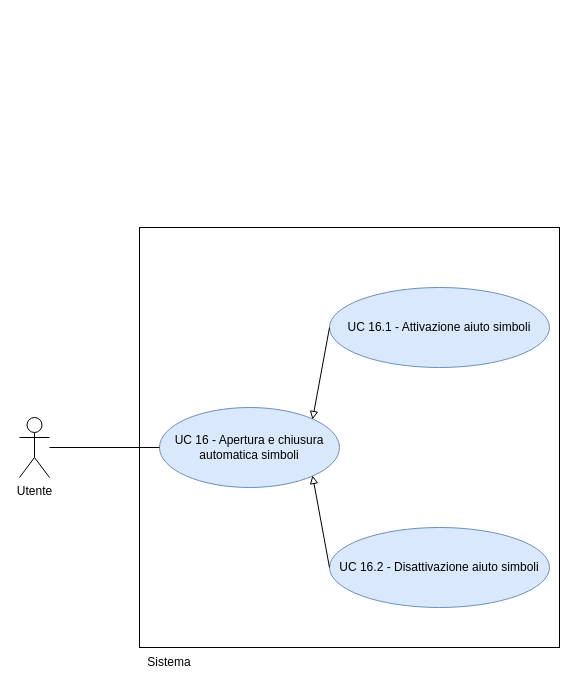
Earlier version of the draw.io diagram RTB/doc_esterna/analisi-dei-requisiti/assets/draw.io/UC16.drawio (thebitless-group-swe/thebitless.github.io). Source tidied: cells renumbered, new cells numbered last; positions are measured from the earlier drawing's top-left corner, leaving out a move shared by most shapes. Both pictures are drawn from the tidied source at 100%, with x=0, y=0 at pixel (19, 227).
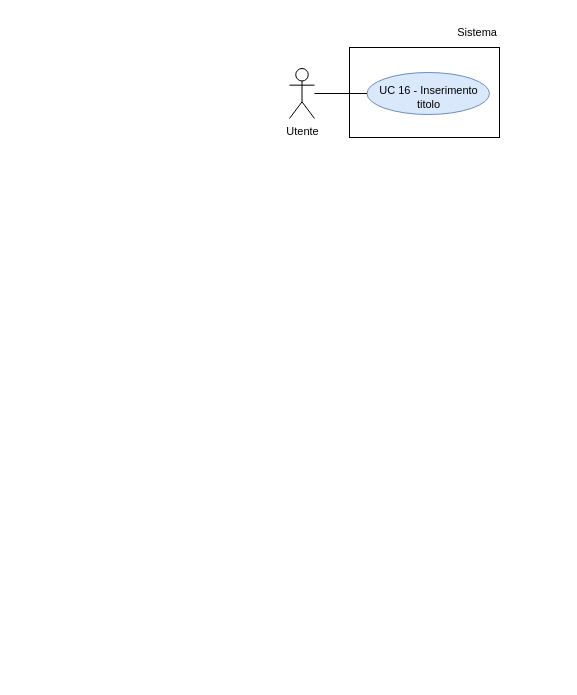
The same diagram, later.

Change to the diagram source:
```diff
@@
 <mxGraphModel>
   <root>
     <mxCell id="0" />
     <mxCell id="1" parent="0" />
-    <mxCell id="2" value="Utente" style="shape=umlActor;verticalLabelPosition=bottom;verticalAlign=top;html=1;outlineConnect=0;" parent="1" vertex="1">
-      <mxGeometry y="190" width="30" height="60" as="geometry" />
+    <mxCell id="2" value="Utente" style="shape=umlActor;verticalLabelPosition=bottom;verticalAlign=top;html=1;outlineConnect=0;fontSize=11;" parent="1" vertex="1">
+      <mxGeometry x="270" y="-159" width="25" height="50" as="geometry" />
     </mxCell>
-    <mxCell id="3" style="whiteSpace=wrap;html=1;" parent="1" vertex="1">
-      <mxGeometry x="120" width="420" height="420" as="geometry" />
-    </mxCell>
+    <mxCell id="11" style="rounded=0;whiteSpace=wrap;html=1;strokeWidth=1;" parent="1" vertex="1">
+      <mxGeometry x="330" y="-180" width="150" height="90" as="geometry" />
+    </mxCell>
-    <mxCell id="4" value="Sistema" style="text;html=1;whiteSpace=wrap;strokeColor=none;fillColor=none;align=center;verticalAlign=middle;rounded=0;" parent="1" vertex="1">
-      <mxGeometry x="120" y="420" width="60" height="30" as="geometry" />
+    <mxCell id="4" value="Sistema" style="text;html=1;whiteSpace=wrap;strokeColor=none;fillColor=none;align=right;verticalAlign=middle;fontSize=11;" parent="1" vertex="1">
+      <mxGeometry x="420" y="-210" width="60" height="30" as="geometry" />
     </mxCell>
-    <mxCell id="5" value="UC 16 - Apertura e chiusura automatica simboli" style="ellipse;whiteSpace=wrap;html=1;fillColor=#dae8fc;strokeColor=#6c8ebf;" parent="1" vertex="1">
-      <mxGeometry x="140" y="180" width="180" height="80" as="geometry" />
-    </mxCell>
-    <mxCell id="6" style="edgeStyle=orthogonalEdgeStyle;rounded=0;jettySize=auto;html=1;endArrow=none;endFill=0;" parent="1" edge="1" source="2" target="5">
-      <mxGeometry relative="1" as="geometry" />
-    </mxCell>
-    <mxCell id="7" value="UC 16.1 - Attivazione aiuto simboli" style="ellipse;whiteSpace=wrap;html=1;fillColor=#dae8fc;strokeColor=#6c8ebf;" parent="1" vertex="1">
-      <mxGeometry x="310" y="60" width="220" height="80" as="geometry" />
-    </mxCell>
-    <mxCell id="8" value="UC 16.2 - Disattivazione aiuto simboli" style="ellipse;whiteSpace=wrap;html=1;fillColor=#dae8fc;strokeColor=#6c8ebf;" parent="1" vertex="1">
-      <mxGeometry x="310" y="300" width="220" height="80" as="geometry" />
-    </mxCell>
-    <mxCell id="9" style="endArrow=block;endFill=0;html=1;rounded=0;exitX=0;exitY=0.5;exitDx=0;exitDy=0;entryX=0.85;entryY=0.15;entryDx=0;entryDy=0;entryPerimeter=0;" parent="1" edge="1" source="7" target="5">
-      <mxGeometry relative="1" as="geometry" />
-    </mxCell>
-    <mxCell id="10" style="endArrow=block;endFill=0;html=1;rounded=0;exitX=0;exitY=0.5;exitDx=0;exitDy=0;entryX=0.85;entryY=0.85;entryDx=0;entryDy=0;entryPerimeter=0;" parent="1" edge="1" source="8" target="5">
-      <mxGeometry relative="1" as="geometry" />
-    </mxCell>
+    <mxCell id="12" value="&lt;div&gt;UC 16 - Inserimento titolo&lt;/div&gt;" style="ellipse;whiteSpace=wrap;html=1;fillColor=#dae8fc;strokeColor=#6c8ebf;fontSize=11;convertToSvg=1;svgWhiteSpace=wrap;labelBorderColor=none;labelBackgroundColor=none;spacingBottom=-8;" parent="1" vertex="1">
+      <mxGeometry x="347.5" y="-155" width="122.5" height="42" as="geometry" />
+    </mxCell>
+    <mxCell id="13" style="edgeStyle=none;rounded=0;jettySize=auto;html=1;endArrow=none;endFill=0;" parent="1" edge="1" source="2" target="12">
+      <mxGeometry relative="1" as="geometry" />
+    </mxCell>
+    <mxCell id="14" style="edgeStyle=orthogonalEdgeStyle;rounded=0;orthogonalLoop=1;jettySize=auto;html=1;exitX=0.5;exitY=1;exitDx=0;exitDy=0;" parent="1" edge="1" source="4" target="4">
+      <mxGeometry relative="1" as="geometry" />
+    </mxCell>
   </root>
 </mxGraphModel>
```
